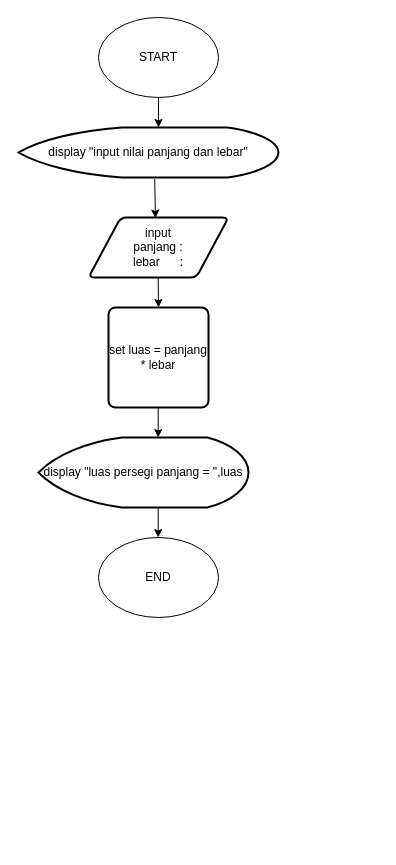
This is Untitled Diagram.drawio from ROSYIDAN/flow-chart, a draw.io file, before an edit. Source tidied: cells renumbered, new cells numbered last; positions are measured from the earlier drawing's top-left corner, leaving out a move shared by most shapes. Both pictures are drawn from the tidied source at 100%, with x=0, y=0 at pixel (18, 17).
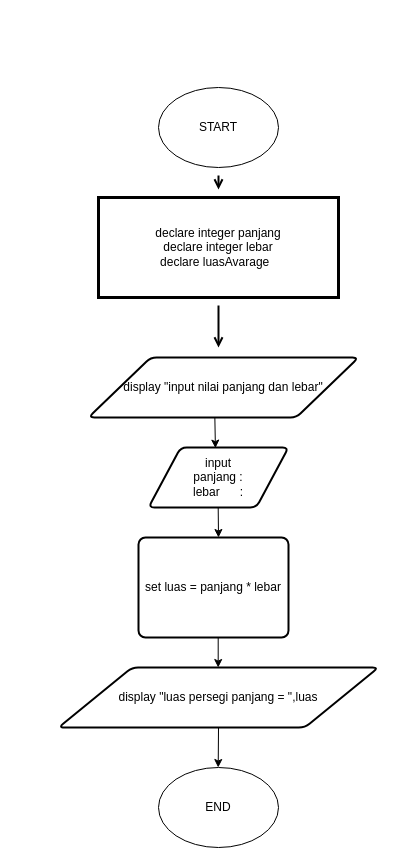
Above is the later version.

Commit message:
luas persegi

Diff of the diagram source:
```diff
@@
 <mxGraphModel>
   <root>
     <mxCell id="0" />
     <mxCell id="1" parent="0" />
+    <mxCell id="13" style="edgeStyle=none;curved=1;rounded=0;jettySize=auto;html=1;endArrow=open;sourcePerimeterSpacing=8;targetPerimeterSpacing=8;strokeWidth=2;" parent="1" edge="1" source="2" target="15">
+      <mxGeometry relative="1" as="geometry" />
+    </mxCell>
     <mxCell id="2" value="START" style="ellipse;whiteSpace=wrap;html=1;" parent="1" vertex="1">
-      <mxGeometry x="80" width="120" height="80" as="geometry" />
+      <mxGeometry x="140" y="70" width="120" height="80" as="geometry" />
     </mxCell>
-    <mxCell id="3" style="endArrow=classic;html=1;exitX=0.5;exitY=1;exitDx=0;exitDy=0;entryX=0.5;entryY=0;entryDx=0;entryDy=0;" parent="1" edge="1" source="2">
-      <mxGeometry relative="1" as="geometry">
-        <mxPoint x="140" y="110" as="targetPoint" />
-      </mxGeometry>
-    </mxCell>
     <mxCell id="4" value="input&lt;br&gt;panjang :&lt;br&gt;lebar&amp;nbsp; &amp;nbsp; &amp;nbsp; :" style="shape=parallelogram;html=1;strokeWidth=2;perimeter=parallelogramPerimeter;whiteSpace=wrap;rounded=1;arcSize=12;size=0.23;" parent="1" vertex="1">
-      <mxGeometry x="70" y="200" width="140" height="60" as="geometry" />
+      <mxGeometry x="130" y="430" width="140" height="60" as="geometry" />
     </mxCell>
-    <mxCell id="5" value="&lt;span&gt;display &quot;input nilai panjang dan lebar&quot;&lt;/span&gt;" style="strokeWidth=2;html=1;shape=mxgraph.flowchart.display;whiteSpace=wrap;" parent="1" vertex="1">
-      <mxGeometry y="110" width="260" height="50" as="geometry" />
-    </mxCell>
-    <mxCell id="6" style="endArrow=classic;html=1;exitX=0.524;exitY=1.032;exitDx=0;exitDy=0;exitPerimeter=0;entryX=0.478;entryY=0.01;entryDx=0;entryDy=0;entryPerimeter=0;" parent="1" edge="1" source="5" target="4">
-      <mxGeometry relative="1" as="geometry" />
+    <mxCell id="6" style="endArrow=classic;html=1;exitX=0.524;exitY=1.032;exitDx=0;exitDy=0;exitPerimeter=0;entryX=0.478;entryY=0.01;entryDx=0;entryDy=0;entryPerimeter=0;" parent="1" edge="1" target="4">
+      <mxGeometry relative="1" as="geometry">
+        <mxPoint x="196.2" y="391.6" as="sourcePoint" />
+      </mxGeometry>
     </mxCell>
     <mxCell id="7" value="set luas = panjang * lebar" style="rounded=1;whiteSpace=wrap;html=1;absoluteArcSize=1;arcSize=14;strokeWidth=2;" parent="1" vertex="1">
-      <mxGeometry x="90" y="290" width="100" height="100" as="geometry" />
+      <mxGeometry x="120" y="520" width="150" height="100" as="geometry" />
     </mxCell>
     <mxCell id="8" style="endArrow=classic;html=1;exitX=0.5;exitY=1;exitDx=0;exitDy=0;" parent="1" edge="1">
       <mxGeometry relative="1" as="geometry">
-        <mxPoint x="139.7" y="260" as="sourcePoint" />
-        <mxPoint x="140" y="290" as="targetPoint" />
+        <mxPoint x="199.7" y="490" as="sourcePoint" />
+        <mxPoint x="200" y="520" as="targetPoint" />
       </mxGeometry>
     </mxCell>
     <mxCell id="9" style="endArrow=classic;html=1;exitX=0.5;exitY=1;exitDx=0;exitDy=0;entryX=0.5;entryY=0;entryDx=0;entryDy=0;" parent="1" edge="1">
       <mxGeometry relative="1" as="geometry">
-        <mxPoint x="139.7" y="390" as="sourcePoint" />
-        <mxPoint x="139.7" y="420" as="targetPoint" />
+        <mxPoint x="199.7" y="620" as="sourcePoint" />
+        <mxPoint x="199.7" y="650" as="targetPoint" />
       </mxGeometry>
     </mxCell>
-    <mxCell id="10" value="display &quot;luas persegi panjang = &quot;,luas" style="strokeWidth=2;html=1;shape=mxgraph.flowchart.display;whiteSpace=wrap;" parent="1" vertex="1">
-      <mxGeometry x="20" y="420" width="210" height="70" as="geometry" />
-    </mxCell>
-    <mxCell id="11" style="endArrow=classic;html=1;exitX=0.5;exitY=1;exitDx=0;exitDy=0;entryX=0.5;entryY=0;entryDx=0;entryDy=0;" parent="1" edge="1">
+    <mxCell id="11" style="endArrow=classic;html=1;exitX=0.5;exitY=1;exitDx=0;exitDy=0;entryX=0.5;entryY=0;entryDx=0;entryDy=0;" parent="1" edge="1" source="10">
       <mxGeometry relative="1" as="geometry">
-        <mxPoint x="139.7" y="490" as="sourcePoint" />
-        <mxPoint x="139.7" y="520" as="targetPoint" />
+        <mxPoint x="199.7" y="750" as="targetPoint" />
       </mxGeometry>
     </mxCell>
     <mxCell id="12" value="END" style="ellipse;whiteSpace=wrap;html=1;" parent="1" vertex="1">
-      <mxGeometry x="80" y="520" width="120" height="80" as="geometry" />
+      <mxGeometry x="140" y="750" width="120" height="80" as="geometry" />
     </mxCell>
+    <mxCell id="5" value="&lt;span&gt;display &quot;input nilai panjang dan lebar&quot;&lt;/span&gt;" style="shape=parallelogram;html=1;strokeWidth=2;perimeter=parallelogramPerimeter;whiteSpace=wrap;rounded=1;arcSize=12;size=0.23;hachureGap=4;" parent="1" vertex="1">
+      <mxGeometry x="70" y="340" width="270" height="60" as="geometry" />
+    </mxCell>
+    <mxCell id="10" value="&lt;span&gt;display &quot;luas persegi panjang = &quot;,luas&lt;/span&gt;" style="shape=parallelogram;html=1;strokeWidth=2;perimeter=parallelogramPerimeter;whiteSpace=wrap;rounded=1;arcSize=12;size=0.23;hachureGap=4;" parent="1" vertex="1">
+      <mxGeometry x="40" y="650" width="320" height="60" as="geometry" />
+    </mxCell>
+    <mxCell id="14" style="edgeStyle=none;curved=1;rounded=0;jettySize=auto;html=1;endArrow=open;sourcePerimeterSpacing=8;targetPerimeterSpacing=8;strokeWidth=2;" parent="1" edge="1" source="15">
+      <mxGeometry relative="1" as="geometry">
+        <mxPoint x="200" y="330" as="targetPoint" />
+      </mxGeometry>
+    </mxCell>
+    <mxCell id="15" value="declare integer panjang&lt;br&gt;declare integer lebar&lt;br&gt;declare luasAvarage&amp;nbsp;&amp;nbsp;" style="whiteSpace=wrap;html=1;strokeWidth=3;" parent="1" vertex="1">
+      <mxGeometry x="80" y="180" width="240" height="100" as="geometry" />
+    </mxCell>
   </root>
 </mxGraphModel>
```
